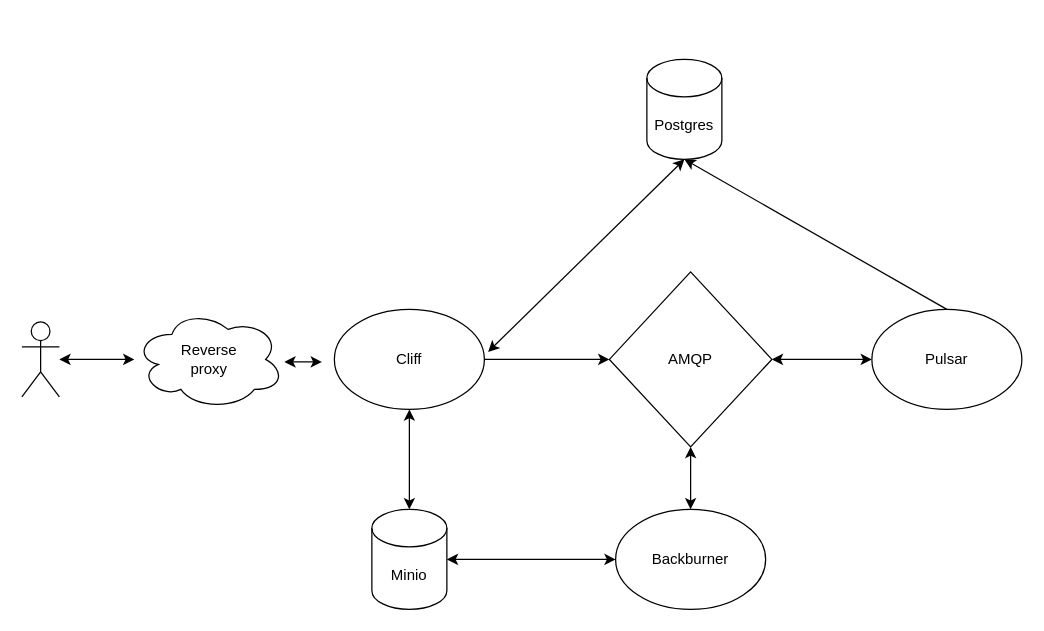
Before: docs/sources/archi_schema.drawio in RaboliotLeGris/nienna, a draw.io diagram. Source tidied: cells renumbered, new cells numbered last; positions are measured from the earlier drawing's top-left corner, leaving out a move shared by most shapes. Both pictures are drawn from the tidied source at 125%, with x=0, y=0 at pixel (21, 59).
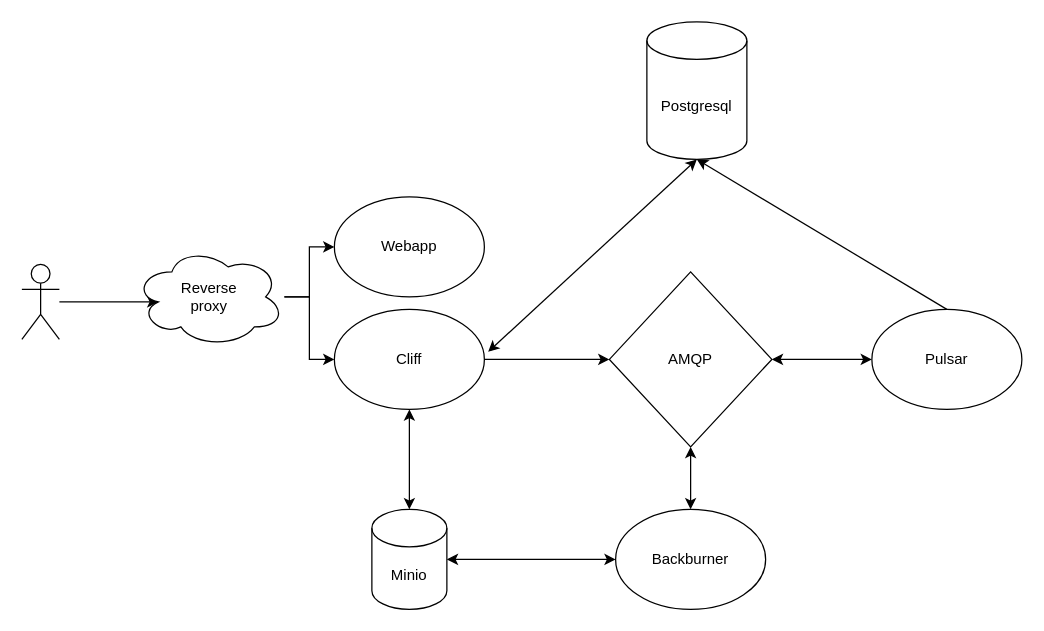
After the change.

The change refers to these unchanged cells:
```xml
<mxCell id="4" value="&lt;div&gt;Cliff&lt;/div&gt;" style="ellipse;whiteSpace=wrap;html=1;" parent="1" vertex="1">
  <mxGeometry x="250" y="200" width="120" height="80" as="geometry" />
</mxCell>
```

Diff of the diagram source:
```diff
@@
+    <mxCell id="19" style="edgeStyle=orthogonalEdgeStyle;rounded=0;jettySize=auto;html=1;entryX=0.16;entryY=0.55;entryDx=0;entryDy=0;entryPerimeter=0;" parent="1" edge="1" source="2" target="3">
+      <mxGeometry relative="1" as="geometry" />
+    </mxCell>
     <mxCell id="2" style="shape=umlActor;verticalLabelPosition=bottom;verticalAlign=top;html=1;outlineConnect=0;" parent="1" vertex="1">
-      <mxGeometry y="210" width="30" height="60" as="geometry" />
+      <mxGeometry y="164" width="30" height="60" as="geometry" />
     </mxCell>
+    <mxCell id="20" style="edgeStyle=orthogonalEdgeStyle;rounded=0;jettySize=auto;html=1;entryX=0;entryY=0.5;entryDx=0;entryDy=0;" parent="1" edge="1" source="3" target="4">
+      <mxGeometry relative="1" as="geometry" />
+    </mxCell>
+    <mxCell id="21" style="edgeStyle=orthogonalEdgeStyle;rounded=0;jettySize=auto;html=1;entryX=0;entryY=0.5;entryDx=0;entryDy=0;" parent="1" edge="1" source="3" target="22">
+      <mxGeometry relative="1" as="geometry" />
+    </mxCell>
     <mxCell id="3" value="Reverse&lt;br&gt;&lt;div&gt;proxy&lt;/div&gt;" style="ellipse;shape=cloud;whiteSpace=wrap;html=1;" parent="1" vertex="1">
-      <mxGeometry x="90" y="200" width="120" height="80" as="geometry" />
+      <mxGeometry x="90" y="150" width="120" height="80" as="geometry" />
     </mxCell>
@@
-    <mxCell id="5" value="&lt;div&gt;Postgres&lt;/div&gt;" style="shape=cylinder3;whiteSpace=wrap;html=1;boundedLbl=1;backgroundOutline=1;size=15;" parent="1" vertex="1">
-      <mxGeometry x="500" width="60" height="80" as="geometry" />
+    <mxCell id="5" value="&lt;div&gt;Postgresql&lt;/div&gt;" style="shape=cylinder3;whiteSpace=wrap;html=1;boundedLbl=1;backgroundOutline=1;size=15;" parent="1" vertex="1">
+      <mxGeometry x="500" y="-30" width="80" height="110" as="geometry" />
     </mxCell>
@@
-    <mxCell id="8" style="endArrow=classic;startArrow=classic;html=1;" parent="1" edge="1" source="2">
-      <mxGeometry relative="1" as="geometry">
-        <mxPoint x="90" y="240" as="targetPoint" />
-      </mxGeometry>
-    </mxCell>
-    <mxCell id="9" style="endArrow=classic;startArrow=classic;html=1;" parent="1" edge="1">
-      <mxGeometry relative="1" as="geometry">
-        <mxPoint x="210" y="242" as="sourcePoint" />
-        <mxPoint x="240" y="242" as="targetPoint" />
-        <Array as="points">
-          <mxPoint x="210" y="242" />
-        </Array>
-      </mxGeometry>
-    </mxCell>
@@
+    <mxCell id="22" value="&lt;div&gt;Webapp&lt;/div&gt;" style="ellipse;whiteSpace=wrap;html=1;" parent="1" vertex="1">
+      <mxGeometry x="250" y="110" width="120" height="80" as="geometry" />
+    </mxCell>
```
